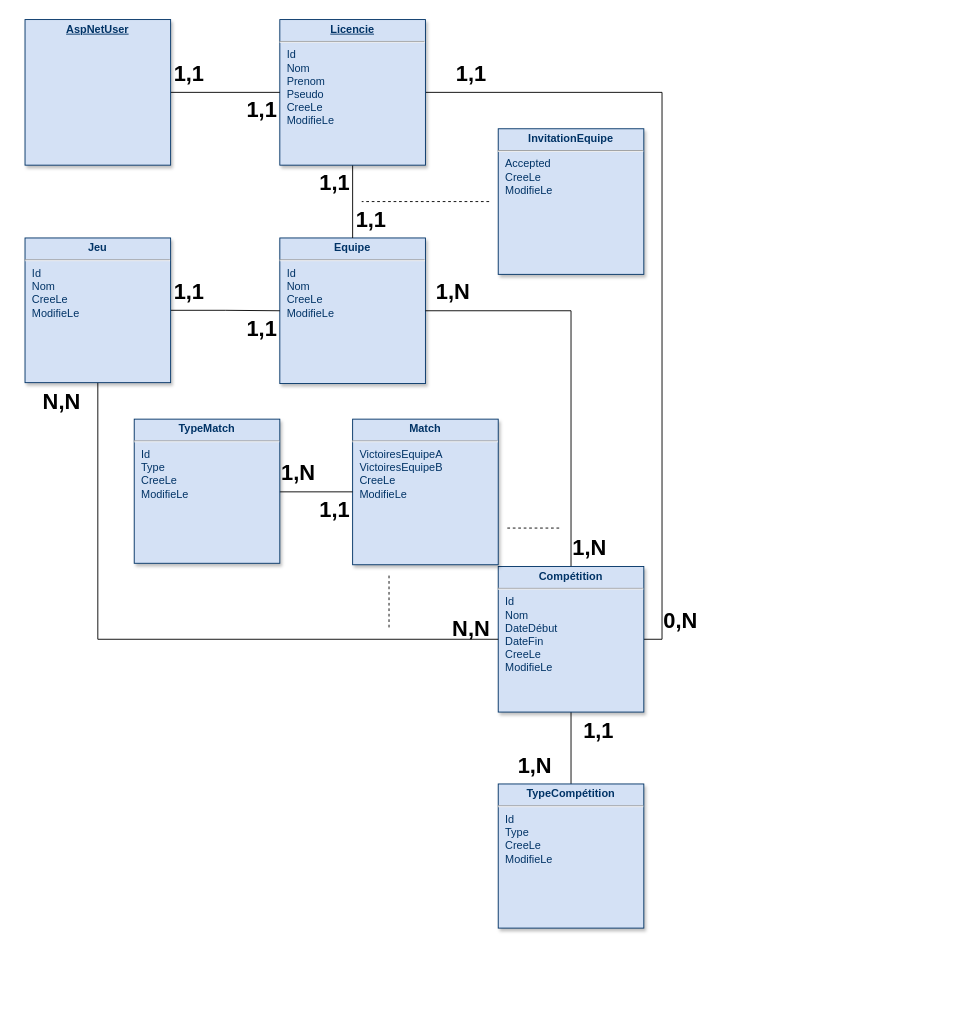
This is diagram projet esport.drawio from Draclight/ProjetEsport, a draw.io file, before an edit. Source tidied: cells renumbered, new cells numbered last; positions are measured from the earlier drawing's top-left corner, leaving out a move shared by most shapes. Both pictures are drawn from the tidied source at 91%, with x=0, y=0 at pixel (15, 19).
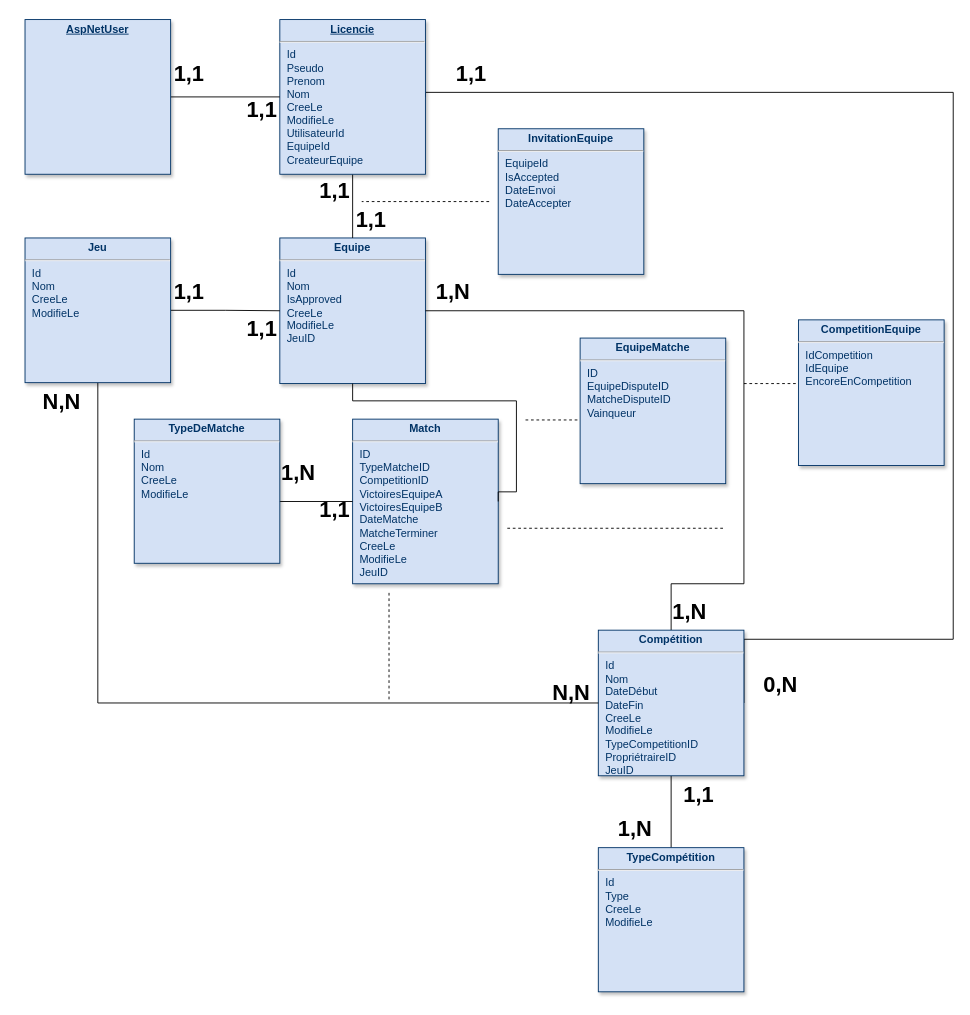
After the change.

Change to the diagram source:
```diff
@@
     <mxCell id="3" value="&lt;p style=&quot;margin: 4px 0px 0px ; text-align: center&quot;&gt;&lt;strong&gt;TypeCompétition&lt;/strong&gt;&lt;/p&gt;&lt;hr&gt;&lt;p style=&quot;margin: 0px 0px 0px 8px&quot;&gt;Id&lt;/p&gt;&lt;p style=&quot;margin: 0px 0px 0px 8px&quot;&gt;Type&lt;/p&gt;&lt;p style=&quot;margin: 0px 0px 0px 8px&quot;&gt;CreeLe&lt;/p&gt;&lt;p style=&quot;margin: 0px 0px 0px 8px&quot;&gt;ModifieLe&lt;/p&gt;" style="verticalAlign=top;align=left;overflow=fill;fontSize=12;fontFamily=Helvetica;html=1;strokeColor=#003366;shadow=1;fillColor=#D4E1F5;fontColor=#003366;" parent="1" vertex="1">
-      <mxGeometry x="530" y="840" width="160" height="158.4" as="geometry" />
+      <mxGeometry x="640" y="910" width="160" height="158.4" as="geometry" />
     </mxCell>
-    <mxCell id="4" value="&lt;p style=&quot;margin: 4px 0px 0px ; text-align: center&quot;&gt;&lt;strong&gt;Equipe&lt;/strong&gt;&lt;/p&gt;&lt;hr&gt;&lt;p style=&quot;margin: 0px 0px 0px 8px&quot;&gt;Id&lt;/p&gt;&lt;p style=&quot;margin: 0px 0px 0px 8px&quot;&gt;Nom&lt;/p&gt;&lt;p style=&quot;margin: 0px 0px 0px 8px&quot;&gt;&lt;span&gt;CreeLe&lt;/span&gt;&lt;br&gt;&lt;/p&gt;&lt;p style=&quot;margin: 0px 0px 0px 8px&quot;&gt;ModifieLe&lt;/p&gt;" style="verticalAlign=top;align=left;overflow=fill;fontSize=12;fontFamily=Helvetica;html=1;strokeColor=#003366;shadow=1;fillColor=#D4E1F5;fontColor=#003366;" parent="1" vertex="1">
+    <mxCell id="4" value="&lt;p style=&quot;margin: 4px 0px 0px ; text-align: center&quot;&gt;&lt;strong&gt;Equipe&lt;/strong&gt;&lt;/p&gt;&lt;hr&gt;&lt;p style=&quot;margin: 0px 0px 0px 8px&quot;&gt;Id&lt;/p&gt;&lt;p style=&quot;margin: 0px 0px 0px 8px&quot;&gt;Nom&lt;/p&gt;&lt;p style=&quot;margin: 0px 0px 0px 8px&quot;&gt;IsApproved&lt;/p&gt;&lt;p style=&quot;margin: 0px 0px 0px 8px&quot;&gt;&lt;span&gt;CreeLe&lt;/span&gt;&lt;br&gt;&lt;/p&gt;&lt;p style=&quot;margin: 0px 0px 0px 8px&quot;&gt;ModifieLe&lt;/p&gt;&lt;p style=&quot;margin: 0px 0px 0px 8px&quot;&gt;JeuID&lt;/p&gt;" style="verticalAlign=top;align=left;overflow=fill;fontSize=12;fontFamily=Helvetica;html=1;strokeColor=#003366;shadow=1;fillColor=#D4E1F5;fontColor=#003366;" parent="1" vertex="1">
       <mxGeometry x="290" y="240" width="160" height="160" as="geometry" />
     </mxCell>
@@
     <mxCell id="6" style="edgeStyle=orthogonalEdgeStyle;rounded=0;jettySize=auto;html=1;exitX=1;exitY=0.5;exitDx=0;exitDy=0;entryX=1;entryY=0.5;entryDx=0;entryDy=0;endArrow=none;endFill=0;strokeColor=#000000;" parent="1" edge="1" source="7" target="9">
-      <mxGeometry relative="1" as="geometry" />
+      <mxGeometry relative="1" as="geometry">
+        <Array as="points">
+          <mxPoint x="450" y="80" />
+          <mxPoint x="1030" y="80" />
+          <mxPoint x="1030" y="681" />
+          <mxPoint x="800" y="681" />
+        </Array>
+      </mxGeometry>
     </mxCell>
-    <mxCell id="7" value="&lt;p style=&quot;margin: 0px ; margin-top: 4px ; text-align: center ; text-decoration: underline&quot;&gt;&lt;strong&gt;Licencie&lt;/strong&gt;&lt;/p&gt;&lt;hr&gt;&lt;p style=&quot;margin: 0px ; margin-left: 8px&quot;&gt;Id&lt;/p&gt;&lt;p style=&quot;margin: 0px ; margin-left: 8px&quot;&gt;Nom&lt;/p&gt;&lt;p style=&quot;margin: 0px ; margin-left: 8px&quot;&gt;Prenom&lt;/p&gt;&lt;p style=&quot;margin: 0px ; margin-left: 8px&quot;&gt;Pseudo&lt;/p&gt;&lt;p style=&quot;margin: 0px ; margin-left: 8px&quot;&gt;&lt;span&gt;CreeLe&lt;/span&gt;&lt;br&gt;&lt;/p&gt;&lt;p style=&quot;margin: 0px ; margin-left: 8px&quot;&gt;ModifieLe&lt;/p&gt;" style="verticalAlign=top;align=left;overflow=fill;fontSize=12;fontFamily=Helvetica;html=1;strokeColor=#003366;shadow=1;fillColor=#D4E1F5;fontColor=#003366;" parent="1" vertex="1">
-      <mxGeometry x="290" width="160" height="160" as="geometry" />
+    <mxCell id="7" value="&lt;p style=&quot;margin: 0px ; margin-top: 4px ; text-align: center ; text-decoration: underline&quot;&gt;&lt;strong&gt;Licencie&lt;/strong&gt;&lt;/p&gt;&lt;hr&gt;&lt;p style=&quot;margin: 0px ; margin-left: 8px&quot;&gt;Id&lt;/p&gt;&lt;p style=&quot;margin: 0px ; margin-left: 8px&quot;&gt;Pseudo&lt;/p&gt;&lt;p style=&quot;margin: 0px ; margin-left: 8px&quot;&gt;Prenom&lt;/p&gt;&lt;p style=&quot;margin: 0px ; margin-left: 8px&quot;&gt;Nom&lt;/p&gt;&lt;p style=&quot;margin: 0px ; margin-left: 8px&quot;&gt;&lt;span&gt;CreeLe&lt;/span&gt;&lt;br&gt;&lt;/p&gt;&lt;p style=&quot;margin: 0px ; margin-left: 8px&quot;&gt;ModifieLe&lt;/p&gt;&lt;p style=&quot;margin: 0px ; margin-left: 8px&quot;&gt;UtilisateurId&lt;/p&gt;&lt;p style=&quot;margin: 0px ; margin-left: 8px&quot;&gt;EquipeId&lt;/p&gt;&lt;p style=&quot;margin: 0px ; margin-left: 8px&quot;&gt;CreateurEquipe&lt;/p&gt;" style="verticalAlign=top;align=left;overflow=fill;fontSize=12;fontFamily=Helvetica;html=1;strokeColor=#003366;shadow=1;fillColor=#D4E1F5;fontColor=#003366;" parent="1" vertex="1">
+      <mxGeometry x="290" width="160" height="170" as="geometry" />
     </mxCell>
     <mxCell id="8" style="edgeStyle=orthogonalEdgeStyle;rounded=0;jettySize=auto;html=1;exitX=0.5;exitY=0;exitDx=0;exitDy=0;entryX=1;entryY=0.5;entryDx=0;entryDy=0;endArrow=none;endFill=0;strokeColor=#000000;" parent="1" edge="1" source="9" target="4">
-      <mxGeometry relative="1" as="geometry" />
+      <mxGeometry relative="1" as="geometry">
+        <Array as="points">
+          <mxPoint x="720" y="620" />
+          <mxPoint x="800" y="620" />
+          <mxPoint x="800" y="320" />
+        </Array>
+      </mxGeometry>
     </mxCell>
-    <mxCell id="9" value="&lt;p style=&quot;margin: 4px 0px 0px ; text-align: center&quot;&gt;&lt;strong&gt;Compétition&lt;/strong&gt;&lt;/p&gt;&lt;hr&gt;&lt;p style=&quot;margin: 0px 0px 0px 8px&quot;&gt;Id&lt;/p&gt;&lt;p style=&quot;margin: 0px 0px 0px 8px&quot;&gt;Nom&lt;/p&gt;&lt;p style=&quot;margin: 0px 0px 0px 8px&quot;&gt;DateDébut&lt;/p&gt;&lt;p style=&quot;margin: 0px 0px 0px 8px&quot;&gt;DateFin&lt;/p&gt;&lt;p style=&quot;margin: 0px 0px 0px 8px&quot;&gt;CreeLe&lt;/p&gt;&lt;p style=&quot;margin: 0px 0px 0px 8px&quot;&gt;ModifieLe&lt;/p&gt;" style="verticalAlign=top;align=left;overflow=fill;fontSize=12;fontFamily=Helvetica;html=1;strokeColor=#003366;shadow=1;fillColor=#D4E1F5;fontColor=#003366;" parent="1" vertex="1">
-      <mxGeometry x="530" y="601" width="160" height="160" as="geometry" />
+    <mxCell id="9" value="&lt;p style=&quot;margin: 4px 0px 0px ; text-align: center&quot;&gt;&lt;strong&gt;Compétition&lt;/strong&gt;&lt;/p&gt;&lt;hr&gt;&lt;p style=&quot;margin: 0px 0px 0px 8px&quot;&gt;Id&lt;/p&gt;&lt;p style=&quot;margin: 0px 0px 0px 8px&quot;&gt;Nom&lt;/p&gt;&lt;p style=&quot;margin: 0px 0px 0px 8px&quot;&gt;DateDébut&lt;/p&gt;&lt;p style=&quot;margin: 0px 0px 0px 8px&quot;&gt;DateFin&lt;/p&gt;&lt;p style=&quot;margin: 0px 0px 0px 8px&quot;&gt;CreeLe&lt;/p&gt;&lt;p style=&quot;margin: 0px 0px 0px 8px&quot;&gt;ModifieLe&lt;/p&gt;&lt;p style=&quot;margin: 0px 0px 0px 8px&quot;&gt;TypeCompetitionID&lt;/p&gt;&lt;p style=&quot;margin: 0px 0px 0px 8px&quot;&gt;PropriétraireID&lt;/p&gt;&lt;p style=&quot;margin: 0px 0px 0px 8px&quot;&gt;JeuID&lt;/p&gt;" style="verticalAlign=top;align=left;overflow=fill;fontSize=12;fontFamily=Helvetica;html=1;strokeColor=#003366;shadow=1;fillColor=#D4E1F5;fontColor=#003366;" parent="1" vertex="1">
+      <mxGeometry x="640" y="671" width="160" height="160" as="geometry" />
     </mxCell>
@@
-    <mxCell id="14" value="&lt;p style=&quot;margin: 4px 0px 0px ; text-align: center&quot;&gt;&lt;strong&gt;InvitationEquipe&lt;/strong&gt;&lt;/p&gt;&lt;hr&gt;&lt;p style=&quot;margin: 0px 0px 0px 8px&quot;&gt;Accepted&lt;/p&gt;&lt;p style=&quot;margin: 0px 0px 0px 8px&quot;&gt;CreeLe&lt;br&gt;&lt;/p&gt;&lt;p style=&quot;margin: 0px 0px 0px 8px&quot;&gt;ModifieLe&lt;/p&gt;" style="verticalAlign=top;align=left;overflow=fill;fontSize=12;fontFamily=Helvetica;html=1;strokeColor=#003366;shadow=1;fillColor=#D4E1F5;fontColor=#003366;" parent="1" vertex="1">
+    <mxCell id="14" value="&lt;p style=&quot;margin: 4px 0px 0px ; text-align: center&quot;&gt;&lt;strong&gt;InvitationEquipe&lt;/strong&gt;&lt;/p&gt;&lt;hr&gt;&lt;p style=&quot;margin: 0px 0px 0px 8px&quot;&gt;EquipeId&lt;/p&gt;&lt;p style=&quot;margin: 0px 0px 0px 8px&quot;&gt;IsAccepted&lt;/p&gt;&lt;p style=&quot;margin: 0px 0px 0px 8px&quot;&gt;DateEnvoi&lt;/p&gt;&lt;p style=&quot;margin: 0px 0px 0px 8px&quot;&gt;DateAccepter&lt;/p&gt;" style="verticalAlign=top;align=left;overflow=fill;fontSize=12;fontFamily=Helvetica;html=1;strokeColor=#003366;shadow=1;fillColor=#D4E1F5;fontColor=#003366;" parent="1" vertex="1">
       <mxGeometry x="530" y="120" width="160" height="160" as="geometry" />
     </mxCell>
     <mxCell id="15" style="edgeStyle=none;rounded=0;orthogonalLoop=1;jettySize=auto;html=1;dashed=1;endArrow=none;endFill=0;strokeColor=#000000;" parent="1" edge="1">
       <mxGeometry relative="1" as="geometry">
-        <mxPoint x="540" y="558.8" as="sourcePoint" />
-        <mxPoint x="600" y="558.8" as="targetPoint" />
+        <mxPoint x="540" y="559" as="sourcePoint" />
+        <mxPoint x="780" y="559" as="targetPoint" />
       </mxGeometry>
     </mxCell>
-    <mxCell id="16" value="&lt;p style=&quot;margin: 4px 0px 0px ; text-align: center&quot;&gt;&lt;strong&gt;Match&lt;/strong&gt;&lt;/p&gt;&lt;hr&gt;&lt;p style=&quot;margin: 0px 0px 0px 8px&quot;&gt;&lt;span&gt;VictoiresEquipeA&lt;/span&gt;&lt;/p&gt;&lt;p style=&quot;margin: 0px 0px 0px 8px&quot;&gt;VictoiresEquipeB&lt;/p&gt;&lt;p style=&quot;margin: 0px 0px 0px 8px&quot;&gt;CreeLe&lt;br&gt;&lt;/p&gt;&lt;p style=&quot;margin: 0px 0px 0px 8px&quot;&gt;ModifieLe&lt;/p&gt;" style="verticalAlign=top;align=left;overflow=fill;fontSize=12;fontFamily=Helvetica;html=1;strokeColor=#003366;shadow=1;fillColor=#D4E1F5;fontColor=#003366;" parent="1" vertex="1">
-      <mxGeometry x="370" y="439.1" width="160" height="160" as="geometry" />
+    <mxCell id="16" value="&lt;p style=&quot;margin: 4px 0px 0px ; text-align: center&quot;&gt;&lt;strong&gt;Match&lt;/strong&gt;&lt;/p&gt;&lt;hr&gt;&lt;p style=&quot;margin: 0px 0px 0px 8px&quot;&gt;&lt;span&gt;ID&lt;/span&gt;&lt;/p&gt;&lt;p style=&quot;margin: 0px 0px 0px 8px&quot;&gt;&lt;span&gt;TypeMatcheID&lt;/span&gt;&lt;/p&gt;&lt;p style=&quot;margin: 0px 0px 0px 8px&quot;&gt;&lt;span&gt;CompetitionID&lt;/span&gt;&lt;/p&gt;&lt;p style=&quot;margin: 0px 0px 0px 8px&quot;&gt;&lt;span&gt;VictoiresEquipeA&lt;/span&gt;&lt;/p&gt;&lt;p style=&quot;margin: 0px 0px 0px 8px&quot;&gt;VictoiresEquipeB&lt;/p&gt;&lt;p style=&quot;margin: 0px 0px 0px 8px&quot;&gt;DateMatche&lt;/p&gt;&lt;p style=&quot;margin: 0px 0px 0px 8px&quot;&gt;MatcheTerminer&lt;/p&gt;&lt;p style=&quot;margin: 0px 0px 0px 8px&quot;&gt;CreeLe&lt;br&gt;&lt;/p&gt;&lt;p style=&quot;margin: 0px 0px 0px 8px&quot;&gt;ModifieLe&lt;/p&gt;&lt;p style=&quot;margin: 0px 0px 0px 8px&quot;&gt;JeuID&lt;/p&gt;" style="verticalAlign=top;align=left;overflow=fill;fontSize=12;fontFamily=Helvetica;html=1;strokeColor=#003366;shadow=1;fillColor=#D4E1F5;fontColor=#003366;" parent="1" vertex="1">
+      <mxGeometry x="370" y="439.1" width="160" height="180.9" as="geometry" />
     </mxCell>
@@
-    <mxCell id="18" value="&lt;p style=&quot;margin: 4px 0px 0px ; text-align: center&quot;&gt;&lt;strong&gt;TypeMatch&lt;/strong&gt;&lt;/p&gt;&lt;hr&gt;&lt;p style=&quot;margin: 0px 0px 0px 8px&quot;&gt;Id&lt;/p&gt;&lt;p style=&quot;margin: 0px 0px 0px 8px&quot;&gt;Type&lt;/p&gt;&lt;p style=&quot;margin: 0px 0px 0px 8px&quot;&gt;CreeLe&lt;/p&gt;&lt;p style=&quot;margin: 0px 0px 0px 8px&quot;&gt;ModifieLe&lt;/p&gt;" style="verticalAlign=top;align=left;overflow=fill;fontSize=12;fontFamily=Helvetica;html=1;strokeColor=#003366;shadow=1;fillColor=#D4E1F5;fontColor=#003366;" parent="1" vertex="1">
+    <mxCell id="18" value="&lt;p style=&quot;margin: 4px 0px 0px ; text-align: center&quot;&gt;&lt;strong&gt;TypeDeMatche&lt;/strong&gt;&lt;/p&gt;&lt;hr&gt;&lt;p style=&quot;margin: 0px 0px 0px 8px&quot;&gt;Id&lt;/p&gt;&lt;p style=&quot;margin: 0px 0px 0px 8px&quot;&gt;Nom&lt;/p&gt;&lt;p style=&quot;margin: 0px 0px 0px 8px&quot;&gt;CreeLe&lt;/p&gt;&lt;p style=&quot;margin: 0px 0px 0px 8px&quot;&gt;ModifieLe&lt;/p&gt;" style="verticalAlign=top;align=left;overflow=fill;fontSize=12;fontFamily=Helvetica;html=1;strokeColor=#003366;shadow=1;fillColor=#D4E1F5;fontColor=#003366;" parent="1" vertex="1">
       <mxGeometry x="130" y="439.1" width="160" height="158.4" as="geometry" />
     </mxCell>
@@
     <mxCell id="20" value="&lt;p style=&quot;margin: 0px ; margin-top: 4px ; text-align: center ; text-decoration: underline&quot;&gt;&lt;strong&gt;AspNetUser&lt;/strong&gt;&lt;/p&gt;" style="verticalAlign=top;align=left;overflow=fill;fontSize=12;fontFamily=Helvetica;html=1;strokeColor=#003366;shadow=1;fillColor=#D4E1F5;fontColor=#003366;" parent="1" vertex="1">
-      <mxGeometry x="10" width="160" height="160" as="geometry" />
+      <mxGeometry x="10" width="160" height="170" as="geometry" />
     </mxCell>
@@
     <mxCell id="24" value="0,N" style="text;strokeColor=none;fillColor=none;html=1;fontSize=24;fontStyle=1;verticalAlign=middle;align=center;" parent="1" vertex="1">
-      <mxGeometry x="680" y="641" width="100" height="40" as="geometry" />
+      <mxGeometry x="790" y="711" width="100" height="40" as="geometry" />
     </mxCell>
     <mxCell id="25" value="1,1" style="text;strokeColor=none;fillColor=none;html=1;fontSize=24;fontStyle=1;verticalAlign=middle;align=center;" parent="1" vertex="1">
-      <mxGeometry x="300" y="160" width="100" height="40" as="geometry" />
+      <mxGeometry x="300" y="169" width="100" height="40" as="geometry" />
     </mxCell>
@@
     <mxCell id="31" value="1,N" style="text;strokeColor=none;fillColor=none;html=1;fontSize=24;fontStyle=1;verticalAlign=middle;align=center;" parent="1" vertex="1">
-      <mxGeometry x="520" y="800" width="100" height="40" as="geometry" />
+      <mxGeometry x="630" y="870" width="100" height="40" as="geometry" />
     </mxCell>
     <mxCell id="32" value="1,1" style="text;strokeColor=none;fillColor=none;html=1;fontSize=24;fontStyle=1;verticalAlign=middle;align=center;" parent="1" vertex="1">
-      <mxGeometry x="590" y="761.8" width="100" height="40" as="geometry" />
+      <mxGeometry x="700" y="831.8" width="100" height="40" as="geometry" />
     </mxCell>
@@
     <mxCell id="34" value="N,N" style="text;strokeColor=none;fillColor=none;html=1;fontSize=24;fontStyle=1;verticalAlign=middle;align=center;" parent="1" vertex="1">
-      <mxGeometry x="450" y="650" width="100" height="40" as="geometry" />
+      <mxGeometry x="560" y="720" width="100" height="40" as="geometry" />
     </mxCell>
@@
     <mxCell id="36" value="1,N" style="text;strokeColor=none;fillColor=none;html=1;fontSize=24;fontStyle=1;verticalAlign=middle;align=center;" parent="1" vertex="1">
-      <mxGeometry x="580" y="561" width="100" height="40" as="geometry" />
+      <mxGeometry x="690" y="631" width="100" height="40" as="geometry" />
     </mxCell>
     <mxCell id="37" style="edgeStyle=none;rounded=0;orthogonalLoop=1;jettySize=auto;html=1;dashed=1;endArrow=none;endFill=0;strokeColor=#000000;" parent="1" edge="1">
       <mxGeometry relative="1" as="geometry">
-        <mxPoint x="410" y="611" as="sourcePoint" />
-        <mxPoint x="410" y="670" as="targetPoint" />
+        <mxPoint x="410" y="630" as="sourcePoint" />
+        <mxPoint x="410" y="750" as="targetPoint" />
       </mxGeometry>
     </mxCell>
+    <mxCell id="38" value="&lt;p style=&quot;margin: 4px 0px 0px ; text-align: center&quot;&gt;&lt;strong&gt;CompetitionEquipe&lt;/strong&gt;&lt;/p&gt;&lt;hr&gt;&lt;p style=&quot;margin: 0px 0px 0px 8px&quot;&gt;IdCompetition&lt;/p&gt;&lt;p style=&quot;margin: 0px 0px 0px 8px&quot;&gt;IdEquipe&lt;/p&gt;&lt;p style=&quot;margin: 0px 0px 0px 8px&quot;&gt;EncoreEnCompetition&lt;/p&gt;" style="verticalAlign=top;align=left;overflow=fill;fontSize=12;fontFamily=Helvetica;html=1;strokeColor=#003366;shadow=1;fillColor=#D4E1F5;fontColor=#003366;" parent="1" vertex="1">
+      <mxGeometry x="860" y="330" width="160" height="160" as="geometry" />
+    </mxCell>
+    <mxCell id="39" style="edgeStyle=none;rounded=0;orthogonalLoop=1;jettySize=auto;html=1;dashed=1;endArrow=none;endFill=0;strokeColor=#000000;" parent="1" edge="1">
+      <mxGeometry relative="1" as="geometry">
+        <mxPoint x="800" y="400" as="sourcePoint" />
+        <mxPoint x="860" y="400" as="targetPoint" />
+      </mxGeometry>
+    </mxCell>
+    <mxCell id="40" style="edgeStyle=orthogonalEdgeStyle;rounded=0;jettySize=auto;html=1;exitX=1;exitY=0.5;exitDx=0;exitDy=0;entryX=0.5;entryY=1;entryDx=0;entryDy=0;endArrow=none;endFill=0;strokeColor=#000000;" parent="1" edge="1" source="16" target="4">
+      <mxGeometry relative="1" as="geometry">
+        <Array as="points">
+          <mxPoint x="550" y="519" />
+          <mxPoint x="550" y="419" />
+          <mxPoint x="370" y="419" />
+        </Array>
+      </mxGeometry>
+    </mxCell>
+    <mxCell id="41" value="&lt;p style=&quot;margin: 4px 0px 0px ; text-align: center&quot;&gt;&lt;strong&gt;EquipeMatche&lt;/strong&gt;&lt;/p&gt;&lt;hr&gt;&lt;p style=&quot;margin: 0px 0px 0px 8px&quot;&gt;ID&lt;/p&gt;&lt;p style=&quot;margin: 0px 0px 0px 8px&quot;&gt;EquipeDisputeID&lt;/p&gt;&lt;p style=&quot;margin: 0px 0px 0px 8px&quot;&gt;MatcheDisputeID&lt;br&gt;&lt;/p&gt;&lt;p style=&quot;margin: 0px 0px 0px 8px&quot;&gt;Vainqueur&lt;/p&gt;" style="verticalAlign=top;align=left;overflow=fill;fontSize=12;fontFamily=Helvetica;html=1;strokeColor=#003366;shadow=1;fillColor=#D4E1F5;fontColor=#003366;" parent="1" vertex="1">
+      <mxGeometry x="620" y="350" width="160" height="160" as="geometry" />
+    </mxCell>
+    <mxCell id="42" style="edgeStyle=none;rounded=0;orthogonalLoop=1;jettySize=auto;html=1;dashed=1;endArrow=none;endFill=0;strokeColor=#000000;" parent="1" edge="1">
+      <mxGeometry relative="1" as="geometry">
+        <mxPoint x="560" y="440" as="sourcePoint" />
+        <mxPoint x="620" y="440" as="targetPoint" />
+      </mxGeometry>
+    </mxCell>
```
